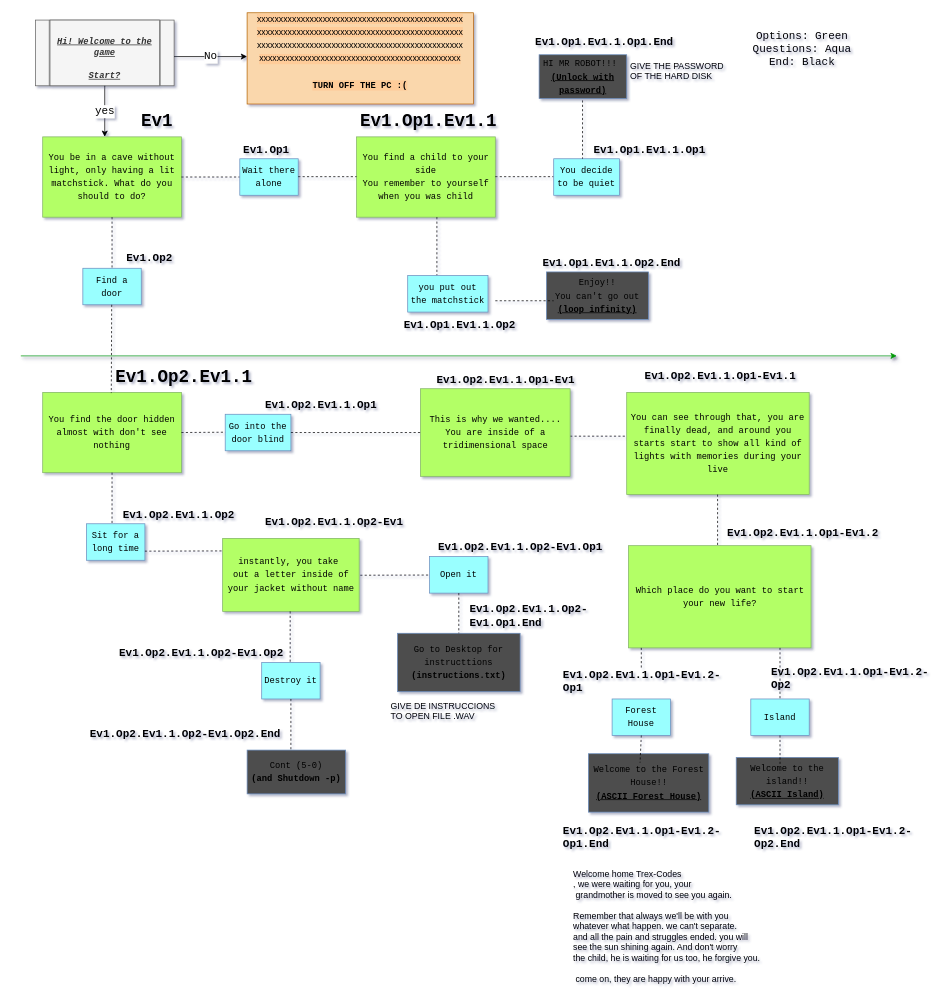
Earlier version of the draw.io diagram Untitled .drawio (Trex-Codes/Find-The-Exit). Source tidied: cells renumbered, new cells numbered last; positions are measured from the earlier drawing's top-left corner, leaving out a move shared by most shapes. Both pictures are drawn from the tidied source at 73%, with x=0, y=0 at pixel (20, 12).
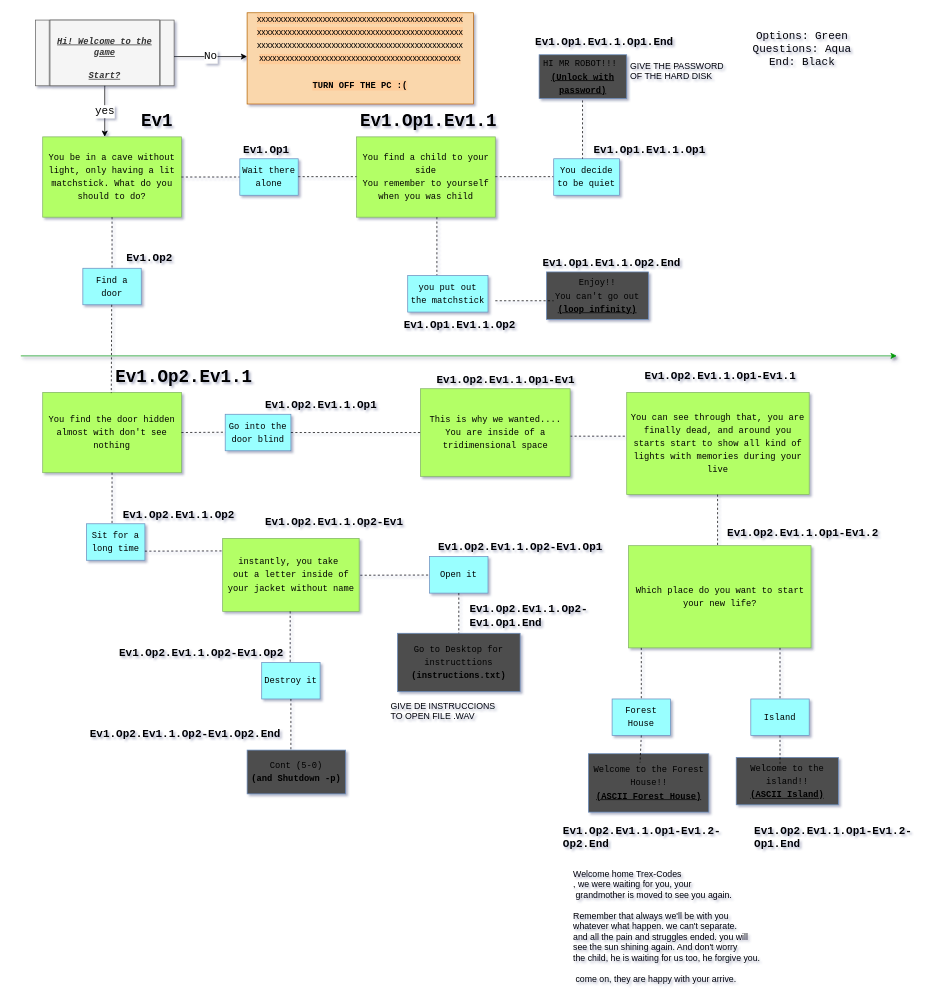
The same page after the edit.

Commit message (it also covers changes not shown here):
Add files .drawio and .png for process to follow

Unchanged cells that the change refers to:
```xml
<mxCell id="59" value="&lt;div&gt;&lt;font style=&quot;font-size: 12px&quot;&gt;Forest &lt;br&gt;&lt;/font&gt;&lt;/div&gt;&lt;div&gt;&lt;font style=&quot;font-size: 12px&quot;&gt;House&lt;br&gt;&lt;/font&gt;&lt;/div&gt;" style="rounded=0;whiteSpace=wrap;html=1;fontFamily=Courier New;fontSize=15;fillColor=#99FFFF;strokeColor=#6c8ebf;" parent="1" vertex="1">
  <mxGeometry x="810" y="940" width="80" height="50" as="geometry" />
</mxCell>
```

Diff of the diagram source:
```diff
@@
-    <mxCell id="60" style="endArrow=none;dashed=1;html=1;rounded=0;fontFamily=Courier New;fontSize=12;exitX=0.5;exitY=1;exitDx=0;exitDy=0;entryX=0.5;entryY=0;entryDx=0;entryDy=0;" parent="1" edge="1" source="77" target="59">
-      <mxGeometry relative="1" as="geometry" />
+    <mxCell id="60" style="endArrow=none;dashed=1;html=1;rounded=0;fontFamily=Courier New;fontSize=12;exitX=0.5;exitY=1;exitDx=0;exitDy=0;entryX=0.5;entryY=0;entryDx=0;entryDy=0;" parent="1" edge="1" target="59">
+      <mxGeometry relative="1" as="geometry">
+        <mxPoint x="850" y="940" as="sourcePoint" />
+      </mxGeometry>
     </mxCell>
@@
-    <mxCell id="77" value="&lt;h1 style=&quot;font-size: 15px&quot;&gt;Ev1.Op2.Ev1.1.Op1-Ev1.2-Op1&lt;/h1&gt;" style="text;html=1;strokeColor=none;fillColor=none;spacing=5;spacingTop=-20;whiteSpace=wrap;overflow=hidden;rounded=0;fontFamily=Courier New;fontSize=12;" parent="1" vertex="1">
-      <mxGeometry x="737.5" y="900" width="225" height="40" as="geometry" />
-    </mxCell>
-    <mxCell id="78" style="endArrow=none;dashed=1;html=1;rounded=0;fontFamily=Courier New;fontSize=12;exitX=0.5;exitY=1;exitDx=0;exitDy=0;entryX=0.5;entryY=0;entryDx=0;entryDy=0;" parent="1" edge="1" target="77">
+    <mxCell id="78" style="endArrow=none;dashed=1;html=1;rounded=0;fontFamily=Courier New;fontSize=12;exitX=0.5;exitY=1;exitDx=0;exitDy=0;entryX=0.5;entryY=0;entryDx=0;entryDy=0;" parent="1" edge="1" target="59">
       <mxGeometry relative="1" as="geometry">
         <mxPoint x="850" y="870" as="sourcePoint" />
       </mxGeometry>
     </mxCell>
-    <mxCell id="79" value="&lt;h1 style=&quot;font-size: 15px&quot;&gt;Ev1.Op2.Ev1.1.Op1-Ev1.2-Op2&lt;/h1&gt;" style="text;html=1;strokeColor=none;fillColor=none;spacing=5;spacingTop=-20;whiteSpace=wrap;overflow=hidden;rounded=0;fontFamily=Courier New;fontSize=12;" parent="1" vertex="1">
-      <mxGeometry x="1022.5" y="895" width="225" height="40" as="geometry" />
-    </mxCell>
-    <mxCell id="80" value="&lt;h1 style=&quot;font-size: 15px&quot;&gt;Ev1.Op2.Ev1.1.Op1-Ev1.2-Op1.End&lt;/h1&gt;" style="text;html=1;strokeColor=none;fillColor=none;spacing=5;spacingTop=-20;whiteSpace=wrap;overflow=hidden;rounded=0;fontFamily=Courier New;fontSize=12;" parent="1" vertex="1">
+    <mxCell id="80" value="&lt;h1 style=&quot;font-size: 15px&quot;&gt;Ev1.Op2.Ev1.1.Op1-Ev1.2-Op2.End&lt;/h1&gt;" style="text;html=1;strokeColor=none;fillColor=none;spacing=5;spacingTop=-20;whiteSpace=wrap;overflow=hidden;rounded=0;fontFamily=Courier New;fontSize=12;" parent="1" vertex="1">
       <mxGeometry x="737.5" y="1112.5" width="225" height="40" as="geometry" />
     </mxCell>
-    <mxCell id="81" value="&lt;h1 style=&quot;font-size: 15px&quot;&gt;Ev1.Op2.Ev1.1.Op1-Ev1.2-Op2.End&lt;/h1&gt;" style="text;html=1;strokeColor=none;fillColor=none;spacing=5;spacingTop=-20;whiteSpace=wrap;overflow=hidden;rounded=0;fontFamily=Courier New;fontSize=12;" parent="1" vertex="1">
+    <mxCell id="81" value="&lt;h1 style=&quot;font-size: 15px&quot;&gt;Ev1.Op2.Ev1.1.Op1-Ev1.2-Op1.End&lt;/h1&gt;" style="text;html=1;strokeColor=none;fillColor=none;spacing=5;spacingTop=-20;whiteSpace=wrap;overflow=hidden;rounded=0;fontFamily=Courier New;fontSize=12;" parent="1" vertex="1">
       <mxGeometry x="1000" y="1112.5" width="225" height="40" as="geometry" />
     </mxCell>
```
